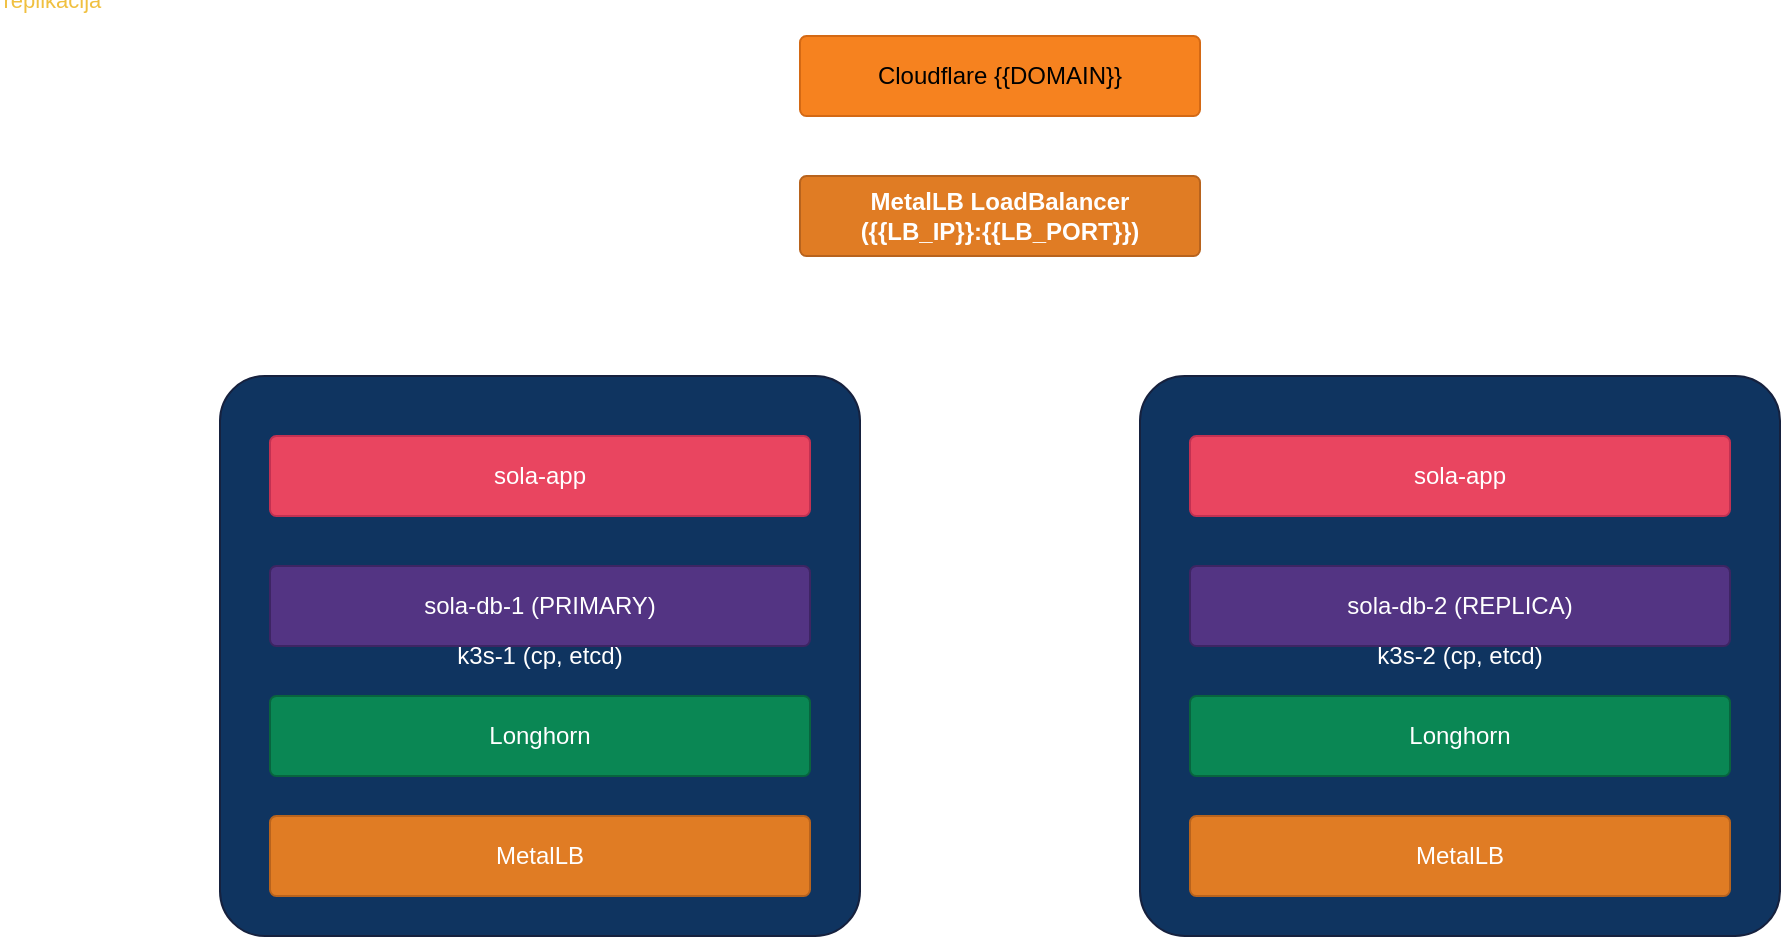
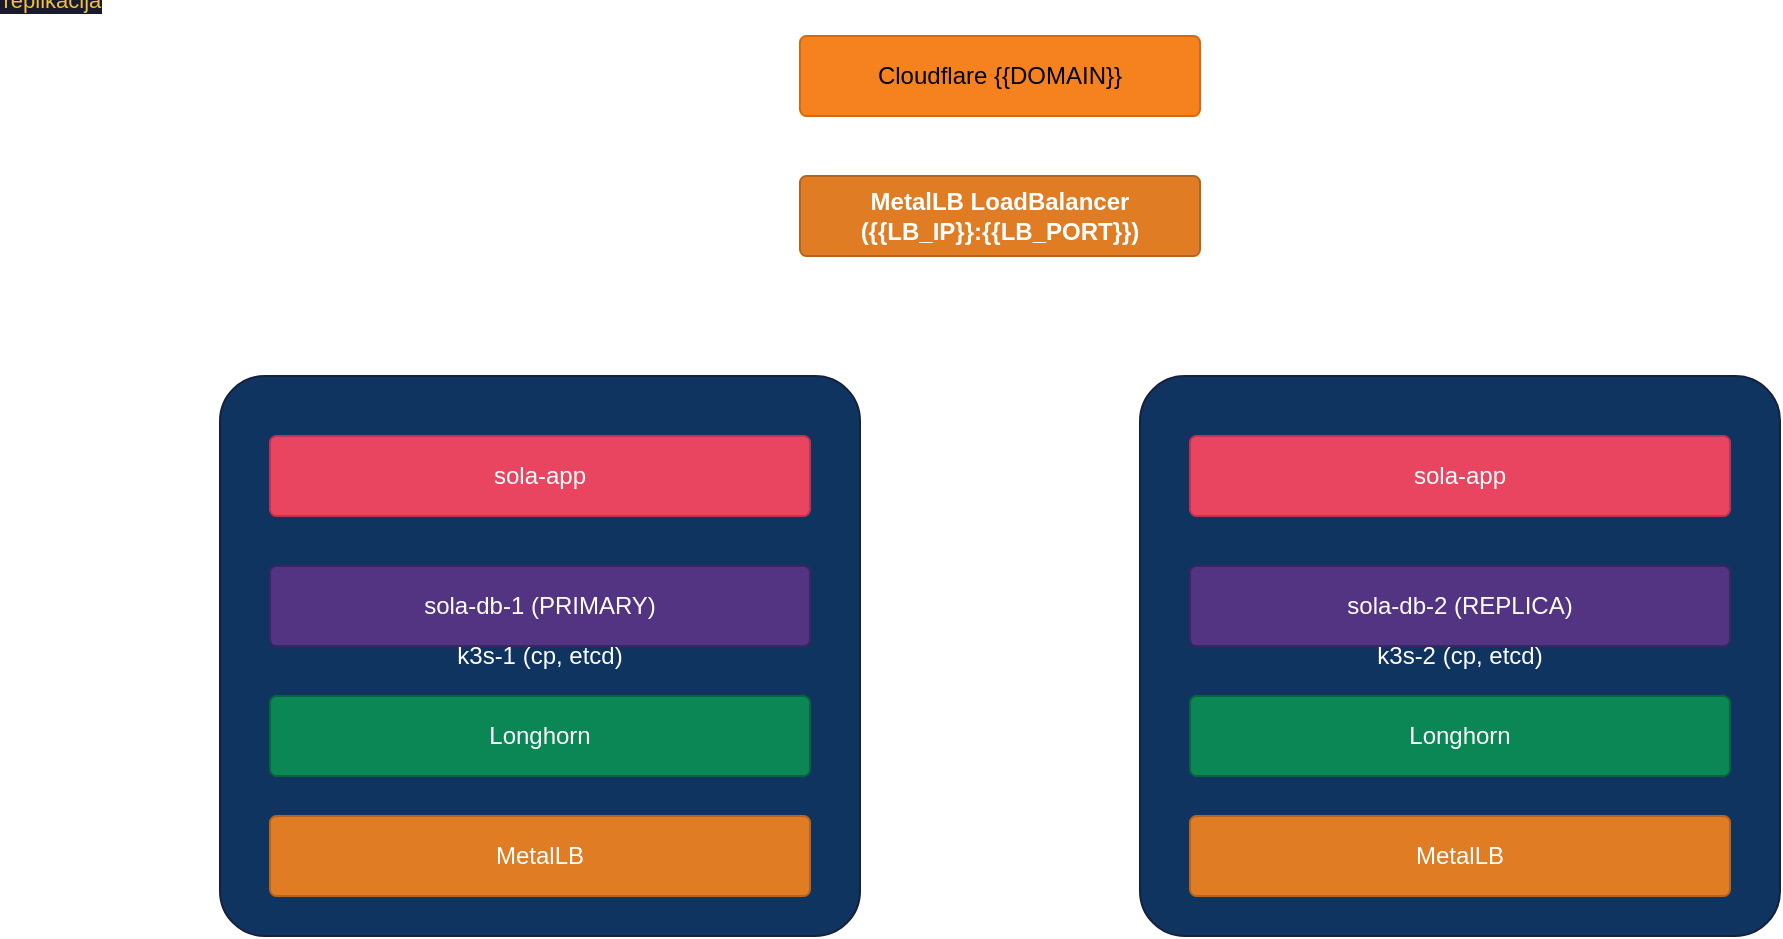
<mxfile host="app.diagrams.net" modified="2026-06-28T12:00:00.000Z" agent="Mozilla/5.0" version="24.0.0">
  <diagram id="k3s" name="K3s Setup">
    <mxGraphModel dx="0" dy="0" grid="1" gridSize="10" guides="1" tooltips="1" connect="1" arrows="1" fold="1" page="0" pageScale="1" pageWidth="1100" pageHeight="850" math="0" shadow="0">
      <root>
        <mxCell id="0" />
        <mxCell id="1" parent="0" />
        <mxCell id="cf6" value="Cloudflare {{DOMAIN}}" style="rounded=1;whiteSpace=wrap;html=1;fillColor=#f6821f;fontColor=#000000;strokeColor=#d46914;arcSize=8;" vertex="1" parent="1">
          <mxGeometry x="350" y="10" width="200" height="40" as="geometry" />
        </mxCell>
        <mxCell id="mlb6" value="MetalLB LoadBalancer&#10;({{LB_IP}}:{{LB_PORT}})" style="rounded=1;whiteSpace=wrap;html=1;fillColor=#e07c24;fontColor=#ffffff;strokeColor=#b8631d;arcSize=8;fontStyle=1;" vertex="1" parent="1">
          <mxGeometry x="350" y="80" width="200" height="40" as="geometry" />
        </mxCell>
        <mxCell id="k1_6" value="k3s-1 (cp, etcd)" style="rounded=1;whiteSpace=wrap;html=1;fillColor=#0f3460;fontColor=#ffffff;strokeColor=#16213e;arcSize=8;" vertex="1" parent="1">
          <mxGeometry x="60" y="180" width="320" height="280" as="geometry" />
        </mxCell>
        <mxCell id="k2_6" value="k3s-2 (cp, etcd)" style="rounded=1;whiteSpace=wrap;html=1;fillColor=#0f3460;fontColor=#ffffff;strokeColor=#16213e;arcSize=8;" vertex="1" parent="1">
          <mxGeometry x="520" y="180" width="320" height="280" as="geometry" />
        </mxCell>
        <mxCell id="sa1_6" value="sola-app" style="rounded=1;whiteSpace=wrap;html=1;fillColor=#e94560;fontColor=#ffffff;strokeColor=#c23152;arcSize=8;" vertex="1" parent="1">
          <mxGeometry x="85" y="210" width="270" height="40" as="geometry" />
        </mxCell>
        <mxCell id="db1_6" value="sola-db-1 (PRIMARY)" style="rounded=1;whiteSpace=wrap;html=1;fillColor=#533483;fontColor=#ffffff;strokeColor=#3d2563;arcSize=8;" vertex="1" parent="1">
          <mxGeometry x="85" y="275" width="270" height="40" as="geometry" />
        </mxCell>
        <mxCell id="lh1_6" value="Longhorn" style="rounded=1;whiteSpace=wrap;html=1;fillColor=#0a8754;fontColor=#ffffff;strokeColor=#08643e;arcSize=8;" vertex="1" parent="1">
          <mxGeometry x="85" y="340" width="270" height="40" as="geometry" />
        </mxCell>
        <mxCell id="mlb1_6" value="MetalLB" style="rounded=1;whiteSpace=wrap;html=1;fillColor=#e07c24;fontColor=#ffffff;strokeColor=#b8631d;arcSize=8;" vertex="1" parent="1">
          <mxGeometry x="85" y="400" width="270" height="40" as="geometry" />
        </mxCell>
        <mxCell id="sa2_6" value="sola-app" style="rounded=1;whiteSpace=wrap;html=1;fillColor=#e94560;fontColor=#ffffff;strokeColor=#c23152;arcSize=8;" vertex="1" parent="1">
          <mxGeometry x="545" y="210" width="270" height="40" as="geometry" />
        </mxCell>
        <mxCell id="db2_6" value="sola-db-2 (REPLICA)" style="rounded=1;whiteSpace=wrap;html=1;fillColor=#533483;fontColor=#ffffff;strokeColor=#3d2563;arcSize=8;" vertex="1" parent="1">
          <mxGeometry x="545" y="275" width="270" height="40" as="geometry" />
        </mxCell>
        <mxCell id="lh2_6" value="Longhorn" style="rounded=1;whiteSpace=wrap;html=1;fillColor=#0a8754;fontColor=#ffffff;strokeColor=#08643e;arcSize=8;" vertex="1" parent="1">
          <mxGeometry x="545" y="340" width="270" height="40" as="geometry" />
        </mxCell>
        <mxCell id="mlb2_6" value="MetalLB" style="rounded=1;whiteSpace=wrap;html=1;fillColor=#e07c24;fontColor=#ffffff;strokeColor=#b8631d;arcSize=8;" vertex="1" parent="1">
          <mxGeometry x="545" y="400" width="270" height="40" as="geometry" />
        </mxCell>
-         <mxCell id="rep6" value="streaming replikacija" style="edgeStyle=orthogonalEdgeStyle;rounded=0;orthogonalLoop=1;jettySize=auto;html=1;endArrow=doubleBlock;endFill=1;strokeColor=#f0c040;fontColor=#f0c040;fontSize=11;" edge="1" parent="1" source="db1_6" target="db2_6" />
+         <mxCell id="rep6" value="streaming replikacija" style="edgeStyle=orthogonalEdgeStyle;rounded=0;orthogonalLoop=1;jettySize=auto;html=1;endArrow=doubleBlock;endFill=1;strokeColor=#f0c040;fontColor=#f0c040;fontSize=11;verticalLabelPosition=middle;labelPosition=center;verticalAlign=middle;align=center;labelBackgroundColor=#1a1a2e;" edge="1" parent="1" source="db1_6" target="db2_6" />
        <mxCell id="a1_6" style="edgeStyle=orthogonalEdgeStyle;rounded=0;orthogonalLoop=1;jettySize=auto;html=1;strokeColor=#cccccc;" edge="1" parent="1" source="cf6" target="mlb6" />
        <mxCell id="a2_6" style="edgeStyle=orthogonalEdgeStyle;rounded=0;orthogonalLoop=1;jettySize=auto;html=1;strokeColor=#cccccc;" edge="1" parent="1" source="mlb6" target="k1_6" />
        <mxCell id="a3_6" style="edgeStyle=orthogonalEdgeStyle;rounded=0;orthogonalLoop=1;jettySize=auto;html=1;strokeColor=#cccccc;" edge="1" parent="1" source="mlb6" target="k2_6" />
      </root>
    </mxGraphModel>
  </diagram>
</mxfile>